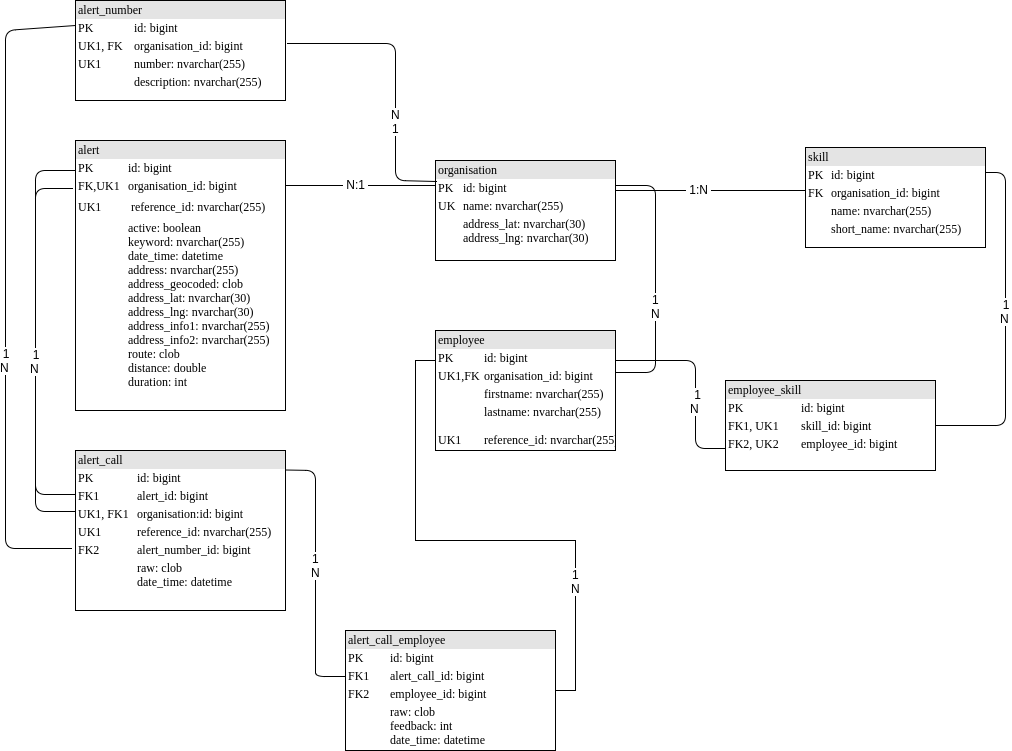
The draw.io diagram docs/database_erm.png in denniskniep/alarmcontrol, before a commit. Source tidied: cells renumbered, new cells last; positions are measured from the earlier drawing's top-left corner, leaving out a move shared by most shapes.
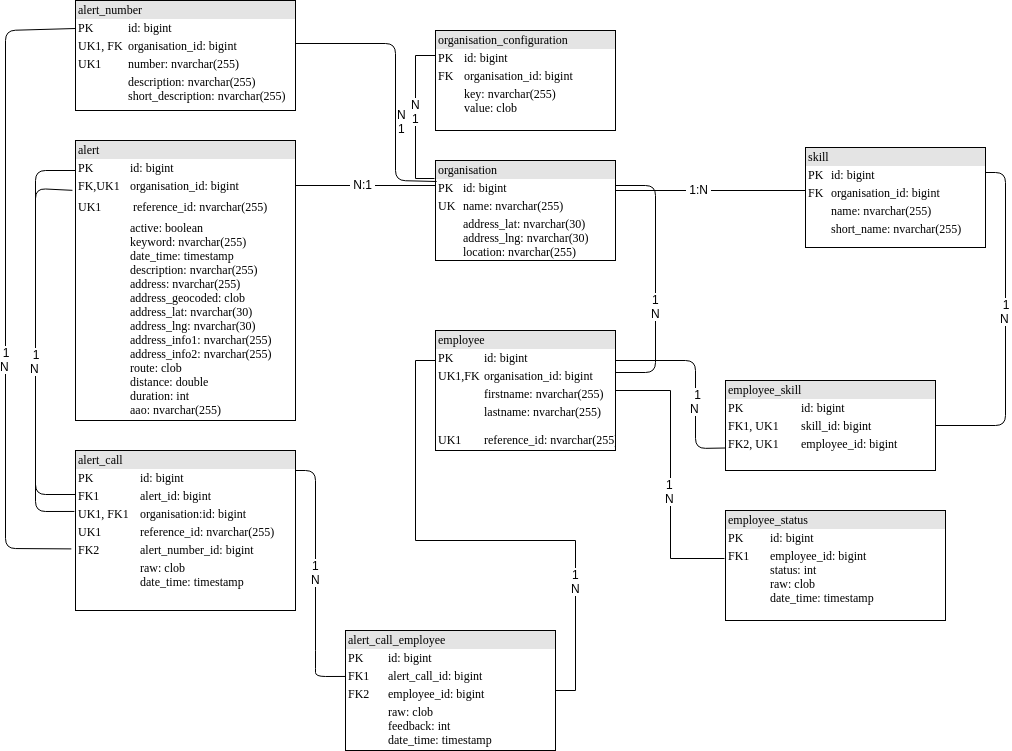
After the change.

What changed in the source:
```diff
@@ -2,15 +2,15 @@
   <root>
     <mxCell id="0" />
     <mxCell id="1" parent="0" />
-    <mxCell id="2" value="&lt;div style=&quot;box-sizing: border-box ; width: 100% ; background: #e4e4e4 ; padding: 2px&quot;&gt;alert&lt;/div&gt;&lt;table style=&quot;width: 100% ; font-size: 1em&quot; cellpadding=&quot;2&quot; cellspacing=&quot;0&quot;&gt;&lt;tbody&gt;&lt;tr&gt;&lt;td&gt;PK&lt;/td&gt;&lt;td&gt;id: bigint&lt;/td&gt;&lt;/tr&gt;&lt;tr&gt;&lt;td&gt;FK,UK1&lt;/td&gt;&lt;td&gt;organisation_id: bigint&lt;/td&gt;&lt;/tr&gt;&lt;tr&gt;&lt;td&gt;UK1&lt;/td&gt;&lt;td&gt;&lt;table&gt;&lt;tbody&gt;&lt;tr&gt;&lt;td&gt;reference_id: nvarchar(255)&lt;/td&gt;&lt;/tr&gt;&lt;/tbody&gt;&lt;/table&gt;&lt;/td&gt;&lt;/tr&gt;&lt;tr&gt;&lt;td&gt;&lt;/td&gt;&lt;td&gt;active: boolean&lt;br&gt;keyword: nvarchar(255)&lt;br&gt;date_time: datetime&lt;br&gt;address: nvarchar(255)&lt;br&gt;address_geocoded: clob&lt;br&gt;address_lat: nvarchar(30)&lt;br&gt;address_lng: nvarchar(30)&lt;br&gt;address_info1: nvarchar(255)&lt;br&gt;address_info2: nvarchar(255)&lt;br&gt;route: clob&lt;br&gt;distance: double&lt;br&gt;duration: int&lt;br&gt;&lt;br&gt;&lt;br&gt;&lt;/td&gt;&lt;/tr&gt;&lt;/tbody&gt;&lt;/table&gt;" style="verticalAlign=top;align=left;overflow=fill;html=1;rounded=0;shadow=0;comic=0;labelBackgroundColor=none;strokeColor=#000000;strokeWidth=1;fillColor=#ffffff;fontFamily=Verdana;fontSize=12;fontColor=#000000;" parent="1" vertex="1">
-      <mxGeometry x="70" y="140" width="210" height="270" as="geometry" />
+    <mxCell id="2" value="&lt;div style=&quot;box-sizing: border-box ; width: 100% ; background: #e4e4e4 ; padding: 2px&quot;&gt;alert&lt;/div&gt;&lt;table style=&quot;width: 100% ; font-size: 1em&quot; cellpadding=&quot;2&quot; cellspacing=&quot;0&quot;&gt;&lt;tbody&gt;&lt;tr&gt;&lt;td&gt;PK&lt;/td&gt;&lt;td&gt;id: bigint&lt;/td&gt;&lt;/tr&gt;&lt;tr&gt;&lt;td&gt;FK,UK1&lt;/td&gt;&lt;td&gt;organisation_id: bigint&lt;/td&gt;&lt;/tr&gt;&lt;tr&gt;&lt;td&gt;UK1&lt;/td&gt;&lt;td&gt;&lt;table&gt;&lt;tbody&gt;&lt;tr&gt;&lt;td&gt;reference_id: nvarchar(255)&lt;/td&gt;&lt;/tr&gt;&lt;/tbody&gt;&lt;/table&gt;&lt;/td&gt;&lt;/tr&gt;&lt;tr&gt;&lt;td&gt;&lt;/td&gt;&lt;td&gt;active: boolean&lt;br&gt;keyword: nvarchar(255)&lt;br&gt;date_time: timestamp&lt;br&gt;description: nvarchar(255)&lt;br&gt;address: nvarchar(255)&lt;br&gt;address_geocoded: clob&lt;br&gt;address_lat: nvarchar(30)&lt;br&gt;address_lng: nvarchar(30)&lt;br&gt;address_info1: nvarchar(255)&lt;br&gt;address_info2: nvarchar(255)&lt;br&gt;route: clob&lt;br&gt;distance: double&lt;br&gt;duration: int&lt;br&gt;aao: nvarchar(255)&lt;br&gt;&lt;br&gt;&lt;br&gt;&lt;br&gt;&lt;/td&gt;&lt;/tr&gt;&lt;/tbody&gt;&lt;/table&gt;" style="verticalAlign=top;align=left;overflow=fill;html=1;rounded=0;shadow=0;comic=0;labelBackgroundColor=none;strokeColor=#000000;strokeWidth=1;fillColor=#ffffff;fontFamily=Verdana;fontSize=12;fontColor=#000000;" parent="1" vertex="1">
+      <mxGeometry x="70" y="140" width="220" height="280" as="geometry" />
     </mxCell>
-    <mxCell id="3" value="&lt;div style=&quot;box-sizing: border-box ; width: 100% ; background: #e4e4e4 ; padding: 2px&quot;&gt;organisation&lt;/div&gt;&lt;table style=&quot;width: 100% ; font-size: 1em&quot; cellpadding=&quot;2&quot; cellspacing=&quot;0&quot;&gt;&lt;tbody&gt;&lt;tr&gt;&lt;td&gt;PK&lt;/td&gt;&lt;td&gt;id: bigint&lt;/td&gt;&lt;/tr&gt;&lt;tr&gt;&lt;td&gt;UK&lt;/td&gt;&lt;td&gt;name: nvarchar(255)&lt;/td&gt;&lt;/tr&gt;&lt;tr&gt;&lt;td&gt;&lt;/td&gt;&lt;td&gt;address_lat: nvarchar(30)&lt;br&gt;address_lng: nvarchar(30)&lt;br&gt;&lt;br&gt;&lt;/td&gt;&lt;/tr&gt;&lt;/tbody&gt;&lt;/table&gt;" style="verticalAlign=top;align=left;overflow=fill;html=1;rounded=0;shadow=0;comic=0;labelBackgroundColor=none;strokeColor=#000000;strokeWidth=1;fillColor=#ffffff;fontFamily=Verdana;fontSize=12;fontColor=#000000;" parent="1" vertex="1">
+    <mxCell id="3" value="&lt;div style=&quot;box-sizing: border-box ; width: 100% ; background: #e4e4e4 ; padding: 2px&quot;&gt;organisation&lt;/div&gt;&lt;table style=&quot;width: 100% ; font-size: 1em&quot; cellpadding=&quot;2&quot; cellspacing=&quot;0&quot;&gt;&lt;tbody&gt;&lt;tr&gt;&lt;td&gt;PK&lt;/td&gt;&lt;td&gt;id: bigint&lt;/td&gt;&lt;/tr&gt;&lt;tr&gt;&lt;td&gt;UK&lt;/td&gt;&lt;td&gt;name: nvarchar(255)&lt;/td&gt;&lt;/tr&gt;&lt;tr&gt;&lt;td&gt;&lt;/td&gt;&lt;td&gt;address_lat: nvarchar(30)&lt;br&gt;address_lng: nvarchar(30)&lt;br&gt;location: nvarchar(255)&lt;br&gt;&lt;br&gt;&lt;/td&gt;&lt;/tr&gt;&lt;/tbody&gt;&lt;/table&gt;" style="verticalAlign=top;align=left;overflow=fill;html=1;rounded=0;shadow=0;comic=0;labelBackgroundColor=none;strokeColor=#000000;strokeWidth=1;fillColor=#ffffff;fontFamily=Verdana;fontSize=12;fontColor=#000000;" parent="1" vertex="1">
       <mxGeometry x="430" y="160" width="180" height="100" as="geometry" />
     </mxCell>
     <mxCell id="4" style="endArrow=none;html=1;entryX=0;entryY=0.25;entryDx=0;entryDy=0;" parent="1" edge="1" target="3">
       <mxGeometry relative="1" as="geometry">
-        <mxPoint x="280" y="185" as="sourcePoint" />
+        <mxPoint x="290" y="185" as="sourcePoint" />
       </mxGeometry>
     </mxCell>
     <mxCell id="5" value="&amp;nbsp;N:1&amp;nbsp;" style="text;html=1;align=center;verticalAlign=middle;labelBackgroundColor=#ffffff;" parent="4" vertex="1">
@@ -26,6 +26,12 @@
         <mxPoint x="-2" y="-58" as="offset" />
       </mxGeometry>
     </mxCell>
+    <mxCell id="32" style="edgeStyle=orthogonalEdgeStyle;rounded=0;jettySize=auto;html=1;exitX=1;exitY=0.5;exitDx=0;exitDy=0;entryX=-0.005;entryY=0.436;entryDx=0;entryDy=0;endArrow=none;endFill=0;entryPerimeter=0;" parent="1" edge="1" source="8" target="34">
+      <mxGeometry relative="1" as="geometry" />
+    </mxCell>
+    <mxCell id="33" value="1&lt;br&gt;N" style="text;html=1;align=center;verticalAlign=middle;labelBackgroundColor=#ffffff;" parent="32" vertex="1">
+      <mxGeometry x="0.12" y="-1" relative="1" as="geometry" />
+    </mxCell>
     <mxCell id="8" value="&lt;div style=&quot;box-sizing: border-box ; width: 100% ; background: #e4e4e4 ; padding: 2px&quot;&gt;employee&lt;/div&gt;&lt;table style=&quot;width: 100% ; font-size: 1em&quot; cellpadding=&quot;2&quot; cellspacing=&quot;0&quot;&gt;&lt;tbody&gt;&lt;tr&gt;&lt;td&gt;PK&lt;/td&gt;&lt;td&gt;id: bigint&lt;/td&gt;&lt;/tr&gt;&lt;tr&gt;&lt;td&gt;UK1,FK&lt;/td&gt;&lt;td&gt;organisation_id: bigint&lt;br&gt;&lt;/td&gt;&lt;/tr&gt;&lt;tr&gt;&lt;td&gt;&lt;br&gt;&lt;/td&gt;&lt;td&gt;firstname: nvarchar(255)&lt;/td&gt;&lt;/tr&gt;&lt;tr&gt;&lt;td&gt;UK1&lt;/td&gt;&lt;td&gt;lastname: nvarchar(255)&lt;br&gt;&lt;br&gt;reference_id: nvarchar(255)&lt;br&gt;&lt;br&gt;&lt;br&gt;&lt;/td&gt;&lt;/tr&gt;&lt;/tbody&gt;&lt;/table&gt;" style="verticalAlign=top;align=left;overflow=fill;html=1;rounded=0;shadow=0;comic=0;labelBackgroundColor=none;strokeColor=#000000;strokeWidth=1;fillColor=#ffffff;fontFamily=Verdana;fontSize=12;fontColor=#000000;" parent="1" vertex="1">
       <mxGeometry x="430" y="330" width="180" height="120" as="geometry" />
     </mxCell>
@@ -56,8 +62,8 @@
         <mxPoint x="22" as="offset" />
       </mxGeometry>
     </mxCell>
-    <mxCell id="14" value="&lt;div style=&quot;box-sizing: border-box ; width: 100% ; background: #e4e4e4 ; padding: 2px&quot;&gt;alert_call&lt;/div&gt;&lt;table style=&quot;width: 100% ; font-size: 1em&quot; cellpadding=&quot;2&quot; cellspacing=&quot;0&quot;&gt;&lt;tbody&gt;&lt;tr&gt;&lt;td&gt;PK&lt;/td&gt;&lt;td&gt;id: bigint&lt;/td&gt;&lt;/tr&gt;&lt;tr&gt;&lt;td&gt;FK1&lt;br&gt;&lt;/td&gt;&lt;td&gt;alert_id: bigint&lt;/td&gt;&lt;/tr&gt;&lt;tr&gt;&lt;td&gt;UK1, FK1&lt;/td&gt;&lt;td&gt;organisation:id: bigint&lt;/td&gt;&lt;/tr&gt;&lt;tr&gt;&lt;td&gt;UK1&lt;/td&gt;&lt;td&gt;reference_id: nvarchar(255)&lt;br&gt;&lt;/td&gt;&lt;/tr&gt;&lt;tr&gt;&lt;td&gt;FK2&lt;/td&gt;&lt;td&gt;alert_number_id: bigint&lt;br&gt;&lt;/td&gt;&lt;/tr&gt;&lt;tr&gt;&lt;td&gt;&lt;/td&gt;&lt;td&gt;raw: clob&lt;br&gt;date_time: datetime&lt;br&gt;&lt;br&gt;&lt;br&gt;&lt;/td&gt;&lt;/tr&gt;&lt;/tbody&gt;&lt;/table&gt;" style="verticalAlign=top;align=left;overflow=fill;html=1;rounded=0;shadow=0;comic=0;labelBackgroundColor=none;strokeColor=#000000;strokeWidth=1;fillColor=#ffffff;fontFamily=Verdana;fontSize=12;fontColor=#000000;" parent="1" vertex="1">
-      <mxGeometry x="70" y="450" width="210" height="160" as="geometry" />
+    <mxCell id="14" value="&lt;div style=&quot;box-sizing: border-box ; width: 100% ; background: #e4e4e4 ; padding: 2px&quot;&gt;alert_call&lt;/div&gt;&lt;table style=&quot;width: 100% ; font-size: 1em&quot; cellpadding=&quot;2&quot; cellspacing=&quot;0&quot;&gt;&lt;tbody&gt;&lt;tr&gt;&lt;td&gt;PK&lt;/td&gt;&lt;td&gt;id: bigint&lt;/td&gt;&lt;/tr&gt;&lt;tr&gt;&lt;td&gt;FK1&lt;br&gt;&lt;/td&gt;&lt;td&gt;alert_id: bigint&lt;/td&gt;&lt;/tr&gt;&lt;tr&gt;&lt;td&gt;UK1, FK1&lt;/td&gt;&lt;td&gt;organisation:id: bigint&lt;/td&gt;&lt;/tr&gt;&lt;tr&gt;&lt;td&gt;UK1&lt;/td&gt;&lt;td&gt;reference_id: nvarchar(255)&lt;br&gt;&lt;/td&gt;&lt;/tr&gt;&lt;tr&gt;&lt;td&gt;FK2&lt;/td&gt;&lt;td&gt;alert_number_id: bigint&lt;br&gt;&lt;/td&gt;&lt;/tr&gt;&lt;tr&gt;&lt;td&gt;&lt;/td&gt;&lt;td&gt;raw: clob&lt;br&gt;date_time: timestamp&lt;br&gt;&lt;br&gt;&lt;br&gt;&lt;/td&gt;&lt;/tr&gt;&lt;/tbody&gt;&lt;/table&gt;" style="verticalAlign=top;align=left;overflow=fill;html=1;rounded=0;shadow=0;comic=0;labelBackgroundColor=none;strokeColor=#000000;strokeWidth=1;fillColor=#ffffff;fontFamily=Verdana;fontSize=12;fontColor=#000000;" parent="1" vertex="1">
+      <mxGeometry x="70" y="450" width="220" height="160" as="geometry" />
     </mxCell>
     <mxCell id="15" style="endArrow=none;html=1;" parent="1" edge="1">
       <mxGeometry relative="1" as="geometry">
@@ -74,12 +80,12 @@
         <mxPoint x="2" y="-44" as="offset" />
       </mxGeometry>
     </mxCell>
-    <mxCell id="17" value="&lt;div style=&quot;box-sizing: border-box ; width: 100% ; background: #e4e4e4 ; padding: 2px&quot;&gt;alert_call_employee&lt;/div&gt;&lt;table style=&quot;width: 100% ; font-size: 1em&quot; cellpadding=&quot;2&quot; cellspacing=&quot;0&quot;&gt;&lt;tbody&gt;&lt;tr&gt;&lt;td&gt;PK&lt;/td&gt;&lt;td&gt;id: bigint&lt;/td&gt;&lt;/tr&gt;&lt;tr&gt;&lt;td&gt;FK1&lt;br&gt;&lt;/td&gt;&lt;td&gt;alert_call_id: bigint&lt;/td&gt;&lt;/tr&gt;&lt;tr&gt;&lt;td&gt;FK2&lt;/td&gt;&lt;td&gt;employee_id: bigint&lt;br&gt;&lt;/td&gt;&lt;/tr&gt;&lt;tr&gt;&lt;td&gt;&lt;/td&gt;&lt;td&gt;raw: clob&lt;br&gt;feedback: int&lt;br&gt;date_time: datetime&lt;br&gt;&lt;br&gt;&lt;br&gt;&lt;/td&gt;&lt;/tr&gt;&lt;/tbody&gt;&lt;/table&gt;" style="verticalAlign=top;align=left;overflow=fill;html=1;rounded=0;shadow=0;comic=0;labelBackgroundColor=none;strokeColor=#000000;strokeWidth=1;fillColor=#ffffff;fontFamily=Verdana;fontSize=12;fontColor=#000000;" parent="1" vertex="1">
+    <mxCell id="17" value="&lt;div style=&quot;box-sizing: border-box ; width: 100% ; background: #e4e4e4 ; padding: 2px&quot;&gt;alert_call_employee&lt;/div&gt;&lt;table style=&quot;width: 100% ; font-size: 1em&quot; cellpadding=&quot;2&quot; cellspacing=&quot;0&quot;&gt;&lt;tbody&gt;&lt;tr&gt;&lt;td&gt;PK&lt;/td&gt;&lt;td&gt;id: bigint&lt;/td&gt;&lt;/tr&gt;&lt;tr&gt;&lt;td&gt;FK1&lt;br&gt;&lt;/td&gt;&lt;td&gt;alert_call_id: bigint&lt;/td&gt;&lt;/tr&gt;&lt;tr&gt;&lt;td&gt;FK2&lt;/td&gt;&lt;td&gt;employee_id: bigint&lt;br&gt;&lt;/td&gt;&lt;/tr&gt;&lt;tr&gt;&lt;td&gt;&lt;/td&gt;&lt;td&gt;raw: clob&lt;br&gt;feedback: int&lt;br&gt;date_time: timestamp&lt;br&gt;&lt;br&gt;&lt;br&gt;&lt;/td&gt;&lt;/tr&gt;&lt;/tbody&gt;&lt;/table&gt;" style="verticalAlign=top;align=left;overflow=fill;html=1;rounded=0;shadow=0;comic=0;labelBackgroundColor=none;strokeColor=#000000;strokeWidth=1;fillColor=#ffffff;fontFamily=Verdana;fontSize=12;fontColor=#000000;" parent="1" vertex="1">
       <mxGeometry x="340" y="630" width="210" height="120" as="geometry" />
     </mxCell>
     <mxCell id="18" style="endArrow=none;html=1;entryX=0;entryY=0.383;entryDx=0;entryDy=0;entryPerimeter=0;" parent="1" edge="1" target="17">
       <mxGeometry relative="1" as="geometry">
-        <mxPoint x="280" y="469.5" as="sourcePoint" />
+        <mxPoint x="290" y="470" as="sourcePoint" />
         <Array as="points">
           <mxPoint x="310" y="470" />
           <mxPoint x="310" y="660" />
@@ -92,7 +98,7 @@
         <mxPoint x="-2" y="39" as="offset" />
       </mxGeometry>
     </mxCell>
-    <mxCell id="20" value="&lt;div style=&quot;box-sizing: border-box ; width: 100% ; background: #e4e4e4 ; padding: 2px&quot;&gt;employee_skill&lt;/div&gt;&lt;table style=&quot;width: 100% ; font-size: 1em&quot; cellpadding=&quot;2&quot; cellspacing=&quot;0&quot;&gt;&lt;tbody&gt;&lt;tr&gt;&lt;td&gt;PK&lt;/td&gt;&lt;td&gt;id: bigint&lt;/td&gt;&lt;/tr&gt;&lt;tr&gt;&lt;td&gt;FK1, UK1&lt;br&gt;&lt;/td&gt;&lt;td&gt;skill_id: bigint&lt;/td&gt;&lt;/tr&gt;&lt;tr&gt;&lt;td&gt;FK2, UK2&lt;/td&gt;&lt;td&gt;employee_id: bigint&lt;br&gt;&lt;/td&gt;&lt;/tr&gt;&lt;tr&gt;&lt;td&gt;&lt;/td&gt;&lt;td&gt;&lt;br&gt;&lt;br&gt;&lt;br&gt;&lt;/td&gt;&lt;/tr&gt;&lt;/tbody&gt;&lt;/table&gt;" style="verticalAlign=top;align=left;overflow=fill;html=1;rounded=0;shadow=0;comic=0;labelBackgroundColor=none;strokeColor=#000000;strokeWidth=1;fillColor=#ffffff;fontFamily=Verdana;fontSize=12;fontColor=#000000;" parent="1" vertex="1">
+    <mxCell id="20" value="&lt;div style=&quot;box-sizing: border-box ; width: 100% ; background: #e4e4e4 ; padding: 2px&quot;&gt;employee_skill&lt;/div&gt;&lt;table style=&quot;width: 100% ; font-size: 1em&quot; cellpadding=&quot;2&quot; cellspacing=&quot;0&quot;&gt;&lt;tbody&gt;&lt;tr&gt;&lt;td&gt;PK&lt;/td&gt;&lt;td&gt;id: bigint&lt;/td&gt;&lt;/tr&gt;&lt;tr&gt;&lt;td&gt;FK1, UK1&lt;br&gt;&lt;/td&gt;&lt;td&gt;skill_id: bigint&lt;/td&gt;&lt;/tr&gt;&lt;tr&gt;&lt;td&gt;FK2, UK1&lt;/td&gt;&lt;td&gt;employee_id: bigint&lt;br&gt;&lt;/td&gt;&lt;/tr&gt;&lt;tr&gt;&lt;td&gt;&lt;/td&gt;&lt;td&gt;&lt;br&gt;&lt;br&gt;&lt;br&gt;&lt;/td&gt;&lt;/tr&gt;&lt;/tbody&gt;&lt;/table&gt;" style="verticalAlign=top;align=left;overflow=fill;html=1;rounded=0;shadow=0;comic=0;labelBackgroundColor=none;strokeColor=#000000;strokeWidth=1;fillColor=#ffffff;fontFamily=Verdana;fontSize=12;fontColor=#000000;" parent="1" vertex="1">
       <mxGeometry x="720" y="380" width="210" height="90" as="geometry" />
     </mxCell>
     <mxCell id="21" style="endArrow=none;html=1;entryX=1;entryY=0.25;entryDx=0;entryDy=0;exitX=1;exitY=0.5;exitDx=0;exitDy=0;" parent="1" edge="1" source="20" target="11">
@@ -123,11 +129,12 @@
         <mxPoint x="16" y="42" as="offset" />
       </mxGeometry>
     </mxCell>
-    <mxCell id="25" value="&lt;div style=&quot;box-sizing: border-box ; width: 100% ; background: #e4e4e4 ; padding: 2px&quot;&gt;alert_number&lt;/div&gt;&lt;table style=&quot;width: 100% ; font-size: 1em&quot; cellpadding=&quot;2&quot; cellspacing=&quot;0&quot;&gt;&lt;tbody&gt;&lt;tr&gt;&lt;td&gt;PK&lt;/td&gt;&lt;td&gt;id: bigint&lt;/td&gt;&lt;/tr&gt;&lt;tr&gt;&lt;td&gt;UK1, FK&lt;/td&gt;&lt;td&gt;organisation_id: bigint&lt;br&gt;&lt;/td&gt;&lt;/tr&gt;&lt;tr&gt;&lt;td&gt;UK1&lt;/td&gt;&lt;td&gt;number: nvarchar(255)&lt;/td&gt;&lt;/tr&gt;&lt;tr&gt;&lt;td&gt;&lt;/td&gt;&lt;td&gt;description: nvarchar(255)&lt;br&gt;&lt;br&gt;&lt;br&gt;&lt;/td&gt;&lt;/tr&gt;&lt;/tbody&gt;&lt;/table&gt;" style="verticalAlign=top;align=left;overflow=fill;html=1;rounded=0;shadow=0;comic=0;labelBackgroundColor=none;strokeColor=#000000;strokeWidth=1;fillColor=#ffffff;fontFamily=Verdana;fontSize=12;fontColor=#000000;" parent="1" vertex="1">
-      <mxGeometry x="70" width="210" height="100" as="geometry" />
+    <mxCell id="25" value="&lt;div style=&quot;box-sizing: border-box ; width: 100% ; background: #e4e4e4 ; padding: 2px&quot;&gt;alert_number&lt;/div&gt;&lt;table style=&quot;width: 100% ; font-size: 1em&quot; cellpadding=&quot;2&quot; cellspacing=&quot;0&quot;&gt;&lt;tbody&gt;&lt;tr&gt;&lt;td&gt;PK&lt;/td&gt;&lt;td&gt;id: bigint&lt;/td&gt;&lt;/tr&gt;&lt;tr&gt;&lt;td&gt;UK1, FK&lt;/td&gt;&lt;td&gt;organisation_id: bigint&lt;br&gt;&lt;/td&gt;&lt;/tr&gt;&lt;tr&gt;&lt;td&gt;UK1&lt;/td&gt;&lt;td&gt;number: nvarchar(255)&lt;/td&gt;&lt;/tr&gt;&lt;tr&gt;&lt;td&gt;&lt;/td&gt;&lt;td&gt;description: nvarchar(255)&lt;br&gt;short_description: nvarchar(255)&lt;br&gt;&lt;br&gt;&lt;br&gt;&lt;/td&gt;&lt;/tr&gt;&lt;/tbody&gt;&lt;/table&gt;" style="verticalAlign=top;align=left;overflow=fill;html=1;rounded=0;shadow=0;comic=0;labelBackgroundColor=none;strokeColor=#000000;strokeWidth=1;fillColor=#ffffff;fontFamily=Verdana;fontSize=12;fontColor=#000000;" parent="1" vertex="1">
+      <mxGeometry x="70" width="220" height="110" as="geometry" />
     </mxCell>
-    <mxCell id="26" style="endArrow=none;html=1;entryX=0.006;entryY=0.21;entryDx=0;entryDy=0;exitX=1.01;exitY=0.43;exitDx=0;exitDy=0;exitPerimeter=0;entryPerimeter=0;" parent="1" edge="1" source="25" target="3">
+    <mxCell id="26" style="endArrow=none;html=1;entryX=0.006;entryY=0.21;entryDx=0;entryDy=0;entryPerimeter=0;" parent="1" edge="1" target="3">
       <mxGeometry relative="1" as="geometry">
+        <mxPoint x="290" y="43" as="sourcePoint" />
         <Array as="points">
           <mxPoint x="390" y="43" />
           <mxPoint x="390" y="180" />
@@ -139,8 +146,9 @@
         <mxPoint x="16" y="79" as="offset" />
       </mxGeometry>
     </mxCell>
-    <mxCell id="28" style="endArrow=none;html=1;entryX=0;entryY=0.25;entryDx=0;entryDy=0;exitX=-0.019;exitY=0.615;exitDx=0;exitDy=0;exitPerimeter=0;" parent="1" edge="1" source="14" target="25">
+    <mxCell id="28" style="endArrow=none;html=1;exitX=-0.019;exitY=0.615;exitDx=0;exitDy=0;exitPerimeter=0;" parent="1" edge="1" source="14">
       <mxGeometry relative="1" as="geometry">
+        <mxPoint x="70" y="28" as="targetPoint" />
         <Array as="points">
           <mxPoint y="548" />
           <mxPoint y="30" />
@@ -168,5 +176,19 @@
         </Array>
       </mxGeometry>
     </mxCell>
+    <mxCell id="34" value="&lt;div style=&quot;box-sizing: border-box ; width: 100% ; background: #e4e4e4 ; padding: 2px&quot;&gt;employee_status&lt;/div&gt;&lt;table style=&quot;width: 100% ; font-size: 1em&quot; cellpadding=&quot;2&quot; cellspacing=&quot;0&quot;&gt;&lt;tbody&gt;&lt;tr&gt;&lt;td&gt;PK&lt;/td&gt;&lt;td&gt;id: bigint&lt;/td&gt;&lt;/tr&gt;&lt;tr&gt;&lt;td&gt;FK1&lt;br&gt;&lt;br&gt;&lt;br&gt;&lt;br&gt;&lt;br&gt;&lt;/td&gt;&lt;td&gt;employee_id: bigint&lt;br&gt;status: int&lt;br&gt;raw: clob&lt;br&gt;date_time: timestamp&lt;br&gt;&lt;br&gt;&lt;/td&gt;&lt;/tr&gt;&lt;tr&gt;&lt;td&gt;&lt;/td&gt;&lt;td&gt;&lt;br&gt;&lt;br&gt;&lt;br&gt;&lt;/td&gt;&lt;/tr&gt;&lt;/tbody&gt;&lt;/table&gt;" style="verticalAlign=top;align=left;overflow=fill;html=1;rounded=0;shadow=0;comic=0;labelBackgroundColor=none;strokeColor=#000000;strokeWidth=1;fillColor=#ffffff;fontFamily=Verdana;fontSize=12;fontColor=#000000;" parent="1" vertex="1">
+      <mxGeometry x="720" y="510" width="220" height="110" as="geometry" />
+    </mxCell>
+    <mxCell id="35" style="edgeStyle=orthogonalEdgeStyle;rounded=0;jettySize=auto;html=1;exitX=0;exitY=0.25;exitDx=0;exitDy=0;entryX=-0.006;entryY=0.18;entryDx=0;entryDy=0;entryPerimeter=0;endArrow=none;endFill=0;" parent="1" edge="1" source="37" target="3">
+      <mxGeometry relative="1" as="geometry" />
+    </mxCell>
+    <mxCell id="36" value="N&lt;br&gt;1" style="text;html=1;align=center;verticalAlign=middle;labelBackgroundColor=#ffffff;" parent="35" vertex="1">
+      <mxGeometry x="-0.37" y="-3" relative="1" as="geometry">
+        <mxPoint x="3" y="24" as="offset" />
+      </mxGeometry>
+    </mxCell>
+    <mxCell id="37" value="&lt;div style=&quot;box-sizing: border-box ; width: 100% ; background: #e4e4e4 ; padding: 2px&quot;&gt;organisation_configuration&lt;/div&gt;&lt;table style=&quot;width: 100% ; font-size: 1em&quot; cellpadding=&quot;2&quot; cellspacing=&quot;0&quot;&gt;&lt;tbody&gt;&lt;tr&gt;&lt;td&gt;PK&lt;/td&gt;&lt;td&gt;id: bigint&lt;/td&gt;&lt;/tr&gt;&lt;tr&gt;&lt;td&gt;FK&lt;/td&gt;&lt;td&gt;organisation_id: bigint&lt;br&gt;&lt;/td&gt;&lt;/tr&gt;&lt;tr&gt;&lt;td&gt;&lt;/td&gt;&lt;td&gt;key: nvarchar(255)&lt;br&gt;value: clob&lt;br&gt;&lt;br&gt;&lt;/td&gt;&lt;/tr&gt;&lt;/tbody&gt;&lt;/table&gt;" style="verticalAlign=top;align=left;overflow=fill;html=1;rounded=0;shadow=0;comic=0;labelBackgroundColor=none;strokeColor=#000000;strokeWidth=1;fillColor=#ffffff;fontFamily=Verdana;fontSize=12;fontColor=#000000;" parent="1" vertex="1">
+      <mxGeometry x="430" y="30" width="180" height="100" as="geometry" />
+    </mxCell>
   </root>
 </mxGraphModel>
```
